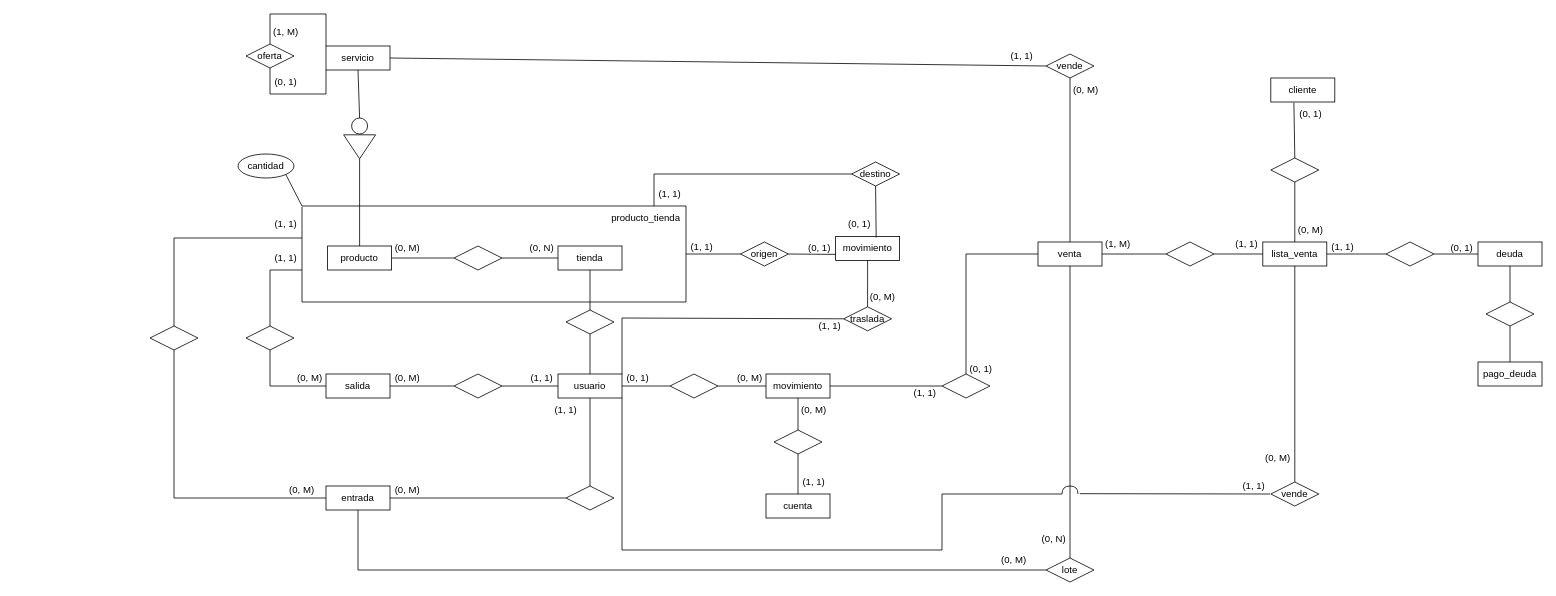
Above: DER.drawio in davidquintanajob/Abacus (draw.io), before the change. Source tidied: cells renumbered, new cells numbered last; positions are measured from the earlier drawing's top-left corner, leaving out a move shared by most shapes. Both pictures are drawn from the tidied source at 80%, with x=0, y=0 at pixel (150, 14).
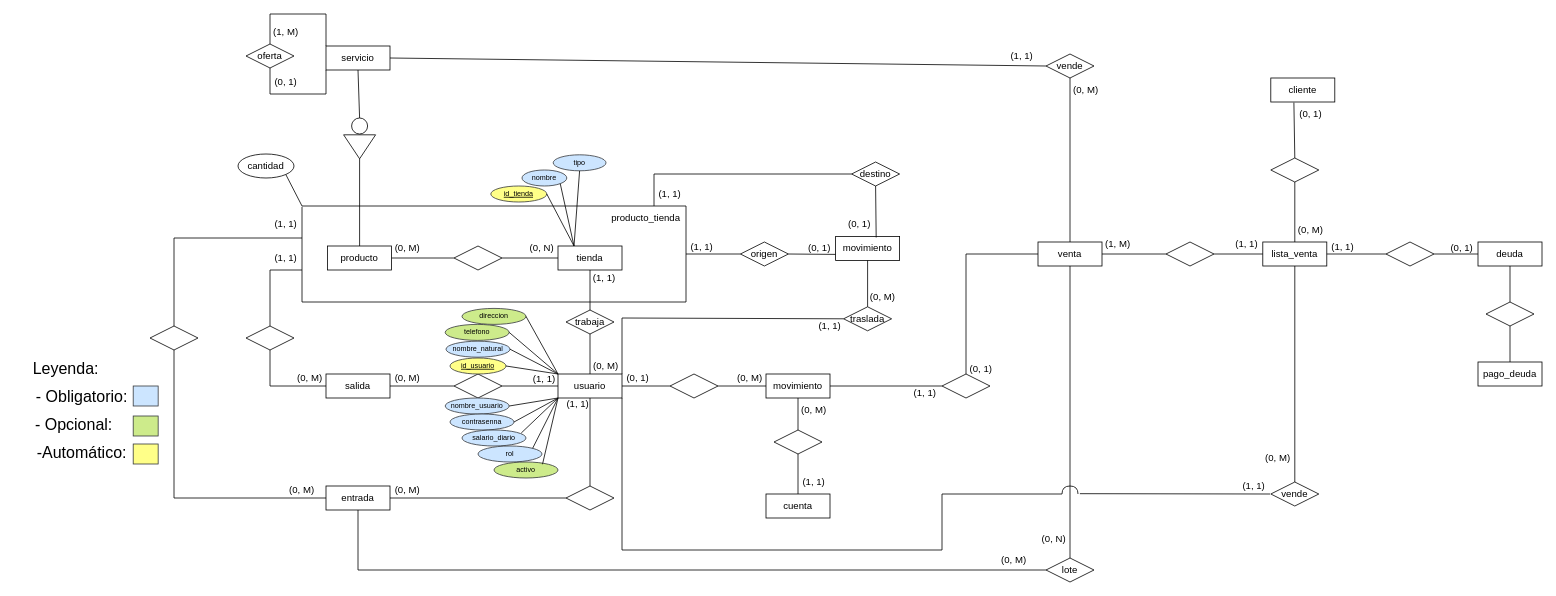
The same diagram, later.

Commit message (it also covers changes not shown here):
Update: Diagrama entidad relación

The change refers to these unchanged cells:
```xml
<mxCell id="2" value="usuario" style="whiteSpace=wrap;html=1;align=center;" parent="1" vertex="1">
  <mxGeometry x="510" y="450" width="80" height="30" as="geometry" />
</mxCell>
<mxCell id="33" value="tienda" style="whiteSpace=wrap;html=1;align=center;" parent="1" vertex="1">
  <mxGeometry x="510" y="290" width="80" height="30" as="geometry" />
</mxCell>
```

Change to the diagram source:
```diff
@@
     <mxCell id="30" value="(1, 1)" style="text;html=1;align=center;verticalAlign=middle;whiteSpace=wrap;rounded=0;" parent="1" vertex="1">
-      <mxGeometry x="460" y="440" width="60" height="30" as="geometry" />
+      <mxGeometry x="505" y="473" width="60" height="30" as="geometry" />
     </mxCell>
     <mxCell id="31" value="(1, 1)" style="text;html=1;align=center;verticalAlign=middle;whiteSpace=wrap;rounded=0;" parent="1" vertex="1">
-      <mxGeometry x="490" y="480" width="60" height="30" as="geometry" />
+      <mxGeometry x="463" y="442" width="60" height="30" as="geometry" />
     </mxCell>
@@
-    <mxCell id="34" style="shape=rhombus;perimeter=rhombusPerimeter;whiteSpace=wrap;html=1;align=center;" parent="1" vertex="1">
+    <mxCell id="34" value="trabaja" style="shape=rhombus;perimeter=rhombusPerimeter;whiteSpace=wrap;html=1;align=center;" parent="1" vertex="1">
       <mxGeometry x="520" y="370" width="60" height="30" as="geometry" />
     </mxCell>
@@
+    <mxCell id="125" value="nombre_natural" style="ellipse;whiteSpace=wrap;html=1;align=center;fontSize=9;fillColor=#cce5ff;strokeColor=#36393d;" parent="1" vertex="1">
+      <mxGeometry x="370" y="409" width="80" height="20" as="geometry" />
+    </mxCell>
+    <mxCell id="126" value="id_usuario" style="ellipse;whiteSpace=wrap;html=1;align=center;fontStyle=4;fontSize=9;fillColor=#ffff88;strokeColor=#36393d;" parent="1" vertex="1">
+      <mxGeometry x="375" y="430" width="70" height="20" as="geometry" />
+    </mxCell>
+    <mxCell id="127" value="telefono" style="ellipse;whiteSpace=wrap;html=1;align=center;fontSize=9;fillColor=#cdeb8b;strokeColor=#36393d;" parent="1" vertex="1">
+      <mxGeometry x="369" y="388" width="80" height="20" as="geometry" />
+    </mxCell>
+    <mxCell id="128" value="direccion" style="ellipse;whiteSpace=wrap;html=1;align=center;fontSize=9;fillColor=#cdeb8b;strokeColor=#36393d;" parent="1" vertex="1">
+      <mxGeometry x="390" y="368" width="80" height="20" as="geometry" />
+    </mxCell>
+    <mxCell id="129" value="nombre_usuario" style="ellipse;whiteSpace=wrap;html=1;align=center;fontSize=9;fillColor=#cce5ff;strokeColor=#36393d;" parent="1" vertex="1">
+      <mxGeometry x="369" y="480" width="80" height="20" as="geometry" />
+    </mxCell>
+    <mxCell id="130" value="contrasenna" style="ellipse;whiteSpace=wrap;html=1;align=center;fontSize=9;fillColor=#cce5ff;strokeColor=#36393d;" parent="1" vertex="1">
+      <mxGeometry x="375" y="500" width="80" height="20" as="geometry" />
+    </mxCell>
+    <mxCell id="131" value="salario_diario" style="ellipse;whiteSpace=wrap;html=1;align=center;fontSize=9;fillColor=#cce5ff;strokeColor=#36393d;" parent="1" vertex="1">
+      <mxGeometry x="390" y="520" width="80" height="20" as="geometry" />
+    </mxCell>
+    <mxCell id="132" value="rol" style="ellipse;whiteSpace=wrap;html=1;align=center;fontSize=9;fillColor=#cce5ff;strokeColor=#36393d;" parent="1" vertex="1">
+      <mxGeometry x="410" y="540" width="80" height="20" as="geometry" />
+    </mxCell>
+    <mxCell id="133" value="activo" style="ellipse;whiteSpace=wrap;html=1;align=center;fontSize=9;fillColor=#cdeb8b;strokeColor=#36393d;" parent="1" vertex="1">
+      <mxGeometry x="430" y="560" width="80" height="20" as="geometry" />
+    </mxCell>
+    <mxCell id="134" style="endArrow=none;html=1;rounded=0;entryX=1;entryY=0.5;entryDx=0;entryDy=0;exitX=0;exitY=0;exitDx=0;exitDy=0;" parent="1" edge="1" source="2" target="128">
+      <mxGeometry relative="1" as="geometry" />
+    </mxCell>
+    <mxCell id="135" style="endArrow=none;html=1;rounded=0;entryX=1;entryY=0.5;entryDx=0;entryDy=0;exitX=0;exitY=0;exitDx=0;exitDy=0;" parent="1" edge="1" source="2" target="127">
+      <mxGeometry relative="1" as="geometry" />
+    </mxCell>
+    <mxCell id="136" style="endArrow=none;html=1;rounded=0;entryX=1;entryY=0.5;entryDx=0;entryDy=0;exitX=0;exitY=0;exitDx=0;exitDy=0;" parent="1" edge="1" source="2" target="125">
+      <mxGeometry relative="1" as="geometry" />
+    </mxCell>
+    <mxCell id="137" style="endArrow=none;html=1;rounded=0;entryX=1;entryY=0.5;entryDx=0;entryDy=0;exitX=0;exitY=0;exitDx=0;exitDy=0;" parent="1" edge="1" source="2" target="126">
+      <mxGeometry relative="1" as="geometry" />
+    </mxCell>
+    <mxCell id="138" style="endArrow=none;html=1;rounded=0;entryX=1;entryY=0.5;entryDx=0;entryDy=0;exitX=0;exitY=1;exitDx=0;exitDy=0;" parent="1" edge="1" source="2" target="129">
+      <mxGeometry relative="1" as="geometry" />
+    </mxCell>
+    <mxCell id="139" style="endArrow=none;html=1;rounded=0;entryX=1;entryY=0.5;entryDx=0;entryDy=0;" parent="1" edge="1" target="130">
+      <mxGeometry relative="1" as="geometry">
+        <mxPoint x="510" y="480" as="sourcePoint" />
+      </mxGeometry>
+    </mxCell>
+    <mxCell id="140" style="endArrow=none;html=1;rounded=0;entryX=0.926;entryY=0.188;entryDx=0;entryDy=0;entryPerimeter=0;exitX=0;exitY=1;exitDx=0;exitDy=0;" parent="1" edge="1" source="2" target="131">
+      <mxGeometry relative="1" as="geometry" />
+    </mxCell>
+    <mxCell id="141" style="endArrow=none;html=1;rounded=0;entryX=1;entryY=0;entryDx=0;entryDy=0;" parent="1" edge="1" target="132">
+      <mxGeometry relative="1" as="geometry">
+        <mxPoint x="510" y="480" as="sourcePoint" />
+      </mxGeometry>
+    </mxCell>
+    <mxCell id="142" style="endArrow=none;html=1;rounded=0;entryX=0.758;entryY=0.14;entryDx=0;entryDy=0;exitX=0;exitY=1;exitDx=0;exitDy=0;entryPerimeter=0;" parent="1" edge="1" source="2" target="133">
+      <mxGeometry relative="1" as="geometry" />
+    </mxCell>
+    <mxCell id="143" style="rounded=0;whiteSpace=wrap;html=1;fillColor=#cce5ff;strokeColor=#36393d;" parent="1" vertex="1">
+      <mxGeometry x="-21" y="465" width="31.2" height="25" as="geometry" />
+    </mxCell>
+    <mxCell id="144" value="&lt;font style=&quot;font-size: 20px;&quot;&gt;Leyenda:&lt;/font&gt;" style="text;html=1;align=center;verticalAlign=middle;whiteSpace=wrap;rounded=0;strokeWidth=1;" parent="1" vertex="1">
+      <mxGeometry x="-170" y="407.5" width="130" height="70" as="geometry" />
+    </mxCell>
+    <mxCell id="145" value="&lt;font style=&quot;font-size: 20px;&quot;&gt;- Obligatorio:&lt;/font&gt;" style="text;html=1;align=center;verticalAlign=middle;whiteSpace=wrap;rounded=0;strokeWidth=1;" parent="1" vertex="1">
+      <mxGeometry x="-150" y="442.5" width="130" height="70" as="geometry" />
+    </mxCell>
+    <mxCell id="146" value="&lt;font style=&quot;font-size: 20px;&quot;&gt;- Opcional:&lt;/font&gt;" style="text;html=1;align=center;verticalAlign=middle;whiteSpace=wrap;rounded=0;strokeWidth=1;" parent="1" vertex="1">
+      <mxGeometry x="-160" y="477.5" width="130" height="70" as="geometry" />
+    </mxCell>
+    <mxCell id="147" style="rounded=0;whiteSpace=wrap;html=1;fillColor=#cdeb8b;strokeColor=#36393d;" parent="1" vertex="1">
+      <mxGeometry x="-21" y="502.5" width="31.2" height="25" as="geometry" />
+    </mxCell>
+    <mxCell id="148" value="&lt;font style=&quot;font-size: 20px;&quot;&gt;-Automático:&lt;/font&gt;" style="text;html=1;align=center;verticalAlign=middle;whiteSpace=wrap;rounded=0;strokeWidth=1;" parent="1" vertex="1">
+      <mxGeometry x="-150" y="512.5" width="130" height="70" as="geometry" />
+    </mxCell>
+    <mxCell id="149" style="rounded=0;whiteSpace=wrap;html=1;fillColor=#ffff88;strokeColor=#36393d;" parent="1" vertex="1">
+      <mxGeometry x="-21" y="537.5" width="31.2" height="25" as="geometry" />
+    </mxCell>
+    <mxCell id="150" value="(0, M)" style="text;html=1;align=center;verticalAlign=middle;whiteSpace=wrap;rounded=0;" parent="1" vertex="1">
+      <mxGeometry x="540" y="425" width="60" height="30" as="geometry" />
+    </mxCell>
+    <mxCell id="151" value="(1, 1)" style="text;html=1;align=center;verticalAlign=middle;whiteSpace=wrap;rounded=0;" parent="1" vertex="1">
+      <mxGeometry x="538" y="315" width="60" height="30" as="geometry" />
+    </mxCell>
+    <mxCell id="152" value="id_tienda" style="ellipse;whiteSpace=wrap;html=1;align=center;fontStyle=4;fontSize=9;fillColor=#ffff88;strokeColor=#36393d;" parent="1" vertex="1">
+      <mxGeometry x="426" y="215" width="70" height="20" as="geometry" />
+    </mxCell>
+    <mxCell id="153" value="nombre" style="ellipse;whiteSpace=wrap;html=1;align=center;fontSize=9;fillColor=#cce5ff;strokeColor=#36393d;" parent="1" vertex="1">
+      <mxGeometry x="465" y="195" width="56" height="20" as="geometry" />
+    </mxCell>
+    <mxCell id="154" value="tipo" style="ellipse;whiteSpace=wrap;html=1;align=center;fontSize=9;fillColor=#cce5ff;strokeColor=#36393d;" parent="1" vertex="1">
+      <mxGeometry x="504" y="176" width="66" height="20" as="geometry" />
+    </mxCell>
+    <mxCell id="155" style="endArrow=none;html=1;rounded=0;entryX=0.25;entryY=0;entryDx=0;entryDy=0;exitX=1;exitY=0.5;exitDx=0;exitDy=0;" parent="1" edge="1" source="152" target="33">
+      <mxGeometry relative="1" as="geometry" />
+    </mxCell>
+    <mxCell id="156" style="endArrow=none;html=1;rounded=0;entryX=0.25;entryY=0;entryDx=0;entryDy=0;exitX=1;exitY=1;exitDx=0;exitDy=0;" parent="1" edge="1" source="153" target="33">
+      <mxGeometry relative="1" as="geometry" />
+    </mxCell>
+    <mxCell id="157" style="endArrow=none;html=1;rounded=0;entryX=0.25;entryY=0;entryDx=0;entryDy=0;exitX=0.5;exitY=1;exitDx=0;exitDy=0;" parent="1" edge="1" source="154" target="33">
+      <mxGeometry relative="1" as="geometry" />
+    </mxCell>
```
